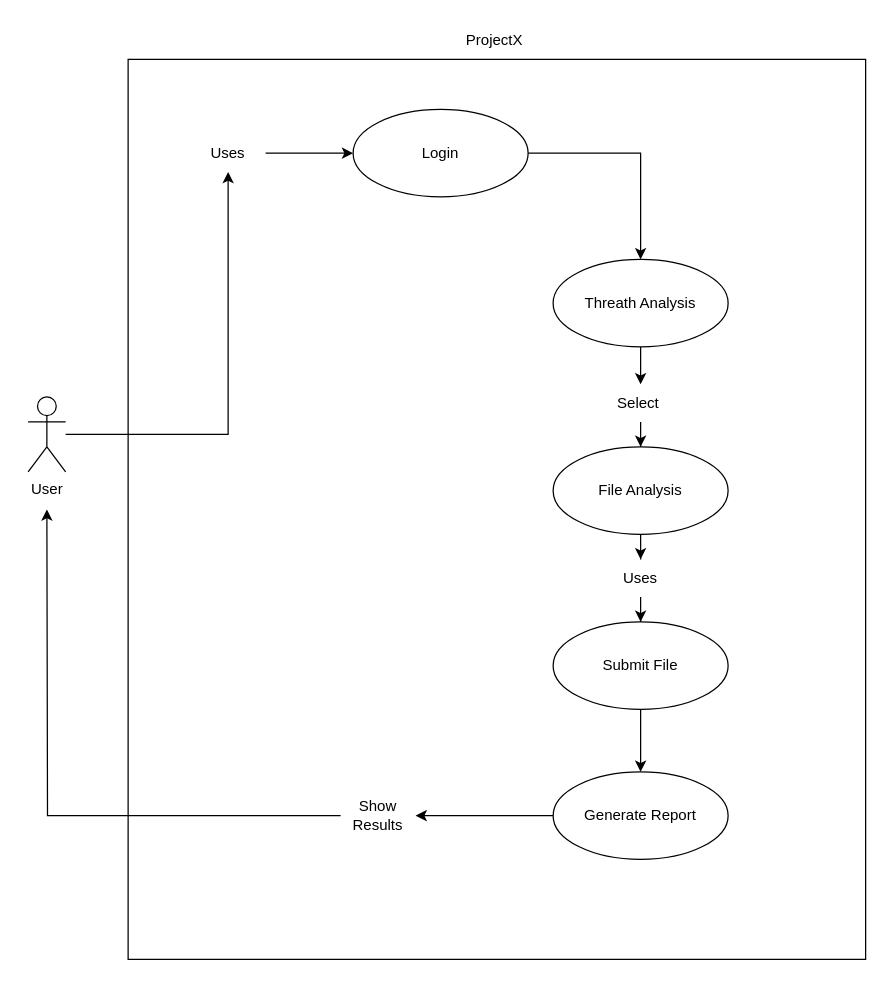
This is Casos_Uso_1.drawio from Rikardooliv/ProjectX, a draw.io file, before an edit. Source tidied: cells renumbered, new cells numbered last; positions are measured from the earlier drawing's top-left corner, leaving out a move shared by most shapes. Both pictures are drawn from the tidied source at 125%, with x=0, y=0 at pixel (28, 21).
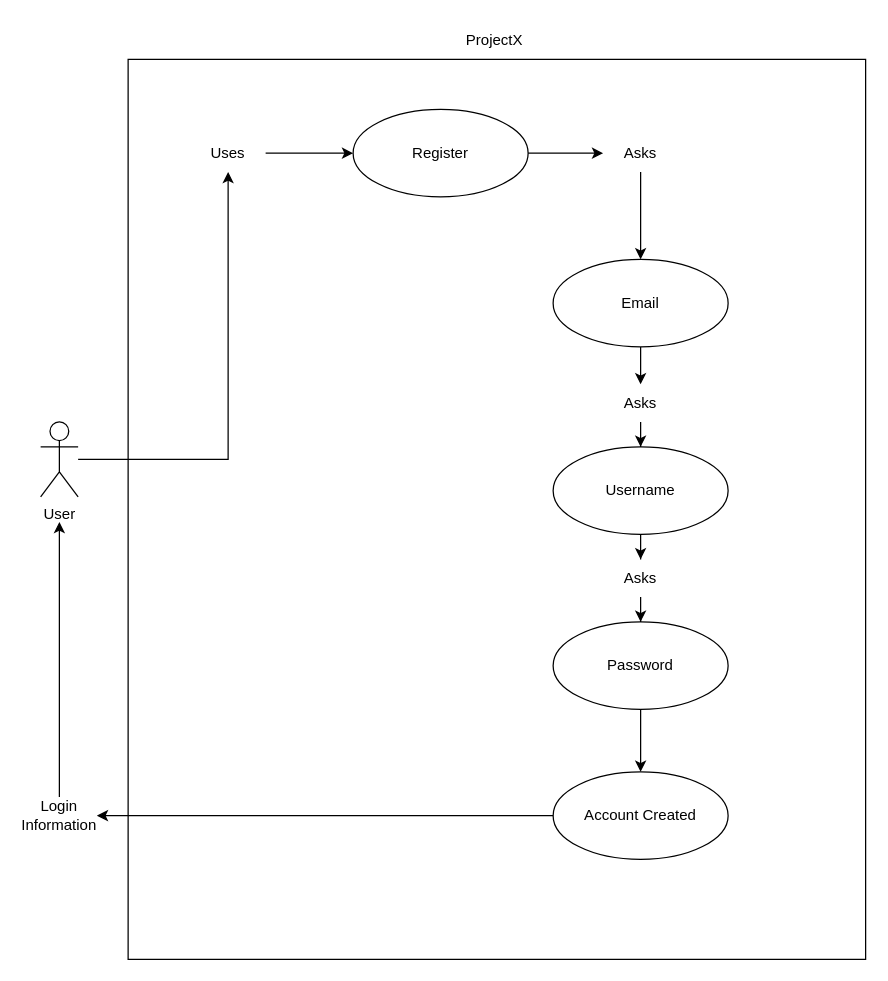
The same diagram, later.

What changed in the source:
```diff
@@
+    <mxCell id="24" style="edgeStyle=orthogonalEdgeStyle;rounded=0;jettySize=auto;html=1;" parent="1" edge="1" source="28">
+      <mxGeometry relative="1" as="geometry">
+        <mxPoint x="25" y="400" as="targetPoint" />
+      </mxGeometry>
+    </mxCell>
@@
     <mxCell id="4" value="User" style="shape=umlActor;verticalLabelPosition=bottom;verticalAlign=top;html=1;" parent="1" vertex="1">
-      <mxGeometry y="300" width="30" height="60" as="geometry" />
+      <mxGeometry x="10" y="320" width="30" height="60" as="geometry" />
     </mxCell>
@@
-    <mxCell id="6" value="Threath Analysis" style="ellipse;whiteSpace=wrap;html=1;" parent="1" vertex="1">
+    <mxCell id="6" value="Email" style="ellipse;whiteSpace=wrap;html=1;" parent="1" vertex="1">
       <mxGeometry x="420" y="190" width="140" height="70" as="geometry" />
     </mxCell>
-    <mxCell id="7" style="edgeStyle=orthogonalEdgeStyle;rounded=0;jettySize=auto;html=1;" parent="1" edge="1" source="8" target="6">
+    <mxCell id="7" style="edgeStyle=orthogonalEdgeStyle;rounded=0;jettySize=auto;html=1;" parent="1" edge="1" source="26" target="6">
       <mxGeometry relative="1" as="geometry" />
     </mxCell>
-    <mxCell id="8" value="Login" style="ellipse;whiteSpace=wrap;html=1;" parent="1" vertex="1">
+    <mxCell id="8" value="Register" style="ellipse;whiteSpace=wrap;html=1;" parent="1" vertex="1">
       <mxGeometry x="260" y="70" width="140" height="70" as="geometry" />
     </mxCell>
@@
-    <mxCell id="10" value="File Analysis" style="ellipse;whiteSpace=wrap;html=1;" parent="1" vertex="1">
+    <mxCell id="10" value="Username" style="ellipse;whiteSpace=wrap;html=1;" parent="1" vertex="1">
       <mxGeometry x="420" y="340" width="140" height="70" as="geometry" />
     </mxCell>
@@
-    <mxCell id="12" value="Submit File" style="ellipse;whiteSpace=wrap;html=1;" parent="1" vertex="1">
+    <mxCell id="12" value="Password" style="ellipse;whiteSpace=wrap;html=1;" parent="1" vertex="1">
       <mxGeometry x="420" y="480" width="140" height="70" as="geometry" />
     </mxCell>
-    <mxCell id="13" style="edgeStyle=orthogonalEdgeStyle;rounded=0;jettySize=auto;html=1;" parent="1" edge="1" source="17">
-      <mxGeometry relative="1" as="geometry">
-        <mxPoint x="15" y="390" as="targetPoint" />
-      </mxGeometry>
-    </mxCell>
-    <mxCell id="14" value="Generate Report" style="ellipse;whiteSpace=wrap;html=1;" parent="1" vertex="1">
+    <mxCell id="14" value="Account Created" style="ellipse;whiteSpace=wrap;html=1;" parent="1" vertex="1">
       <mxGeometry x="420" y="600" width="140" height="70" as="geometry" />
     </mxCell>
@@
-    <mxCell id="16" style="edgeStyle=orthogonalEdgeStyle;rounded=0;jettySize=auto;html=1;" parent="1" edge="1" source="14" target="17">
-      <mxGeometry relative="1" as="geometry">
-        <Array as="points">
-          <mxPoint x="310" y="625" />
-          <mxPoint x="310" y="630" />
-        </Array>
-      </mxGeometry>
-    </mxCell>
-    <mxCell id="17" value="Show Results" style="text;html=1;align=center;verticalAlign=middle;whiteSpace=wrap;rounded=0;" parent="1" vertex="1">
-      <mxGeometry x="250" y="620" width="60" height="30" as="geometry" />
-    </mxCell>
@@
-    <mxCell id="21" value="Select&amp;nbsp;" style="text;html=1;align=center;verticalAlign=middle;whiteSpace=wrap;rounded=0;" parent="1" vertex="1">
+    <mxCell id="21" value="Asks" style="text;html=1;align=center;verticalAlign=middle;whiteSpace=wrap;rounded=0;" parent="1" vertex="1">
       <mxGeometry x="460" y="290" width="60" height="30" as="geometry" />
     </mxCell>
@@
-    <mxCell id="23" value="Uses" style="text;html=1;align=center;verticalAlign=middle;whiteSpace=wrap;rounded=0;" parent="1" vertex="1">
+    <mxCell id="23" value="Asks" style="text;html=1;align=center;verticalAlign=middle;whiteSpace=wrap;rounded=0;" parent="1" vertex="1">
       <mxGeometry x="460" y="430" width="60" height="30" as="geometry" />
     </mxCell>
+    <mxCell id="25" style="edgeStyle=orthogonalEdgeStyle;rounded=0;jettySize=auto;html=1;" parent="1" edge="1" source="8" target="26">
+      <mxGeometry relative="1" as="geometry" />
+    </mxCell>
+    <mxCell id="26" value="Asks" style="text;html=1;align=center;verticalAlign=middle;whiteSpace=wrap;rounded=0;" parent="1" vertex="1">
+      <mxGeometry x="460" y="90" width="60" height="30" as="geometry" />
+    </mxCell>
+    <mxCell id="27" style="edgeStyle=orthogonalEdgeStyle;rounded=0;jettySize=auto;html=1;" parent="1" edge="1" source="14" target="28">
+      <mxGeometry relative="1" as="geometry" />
+    </mxCell>
+    <mxCell id="28" value="Login Information" style="text;html=1;align=center;verticalAlign=middle;whiteSpace=wrap;rounded=0;" parent="1" vertex="1">
+      <mxGeometry x="-5" y="620" width="60" height="30" as="geometry" />
+    </mxCell>
```
